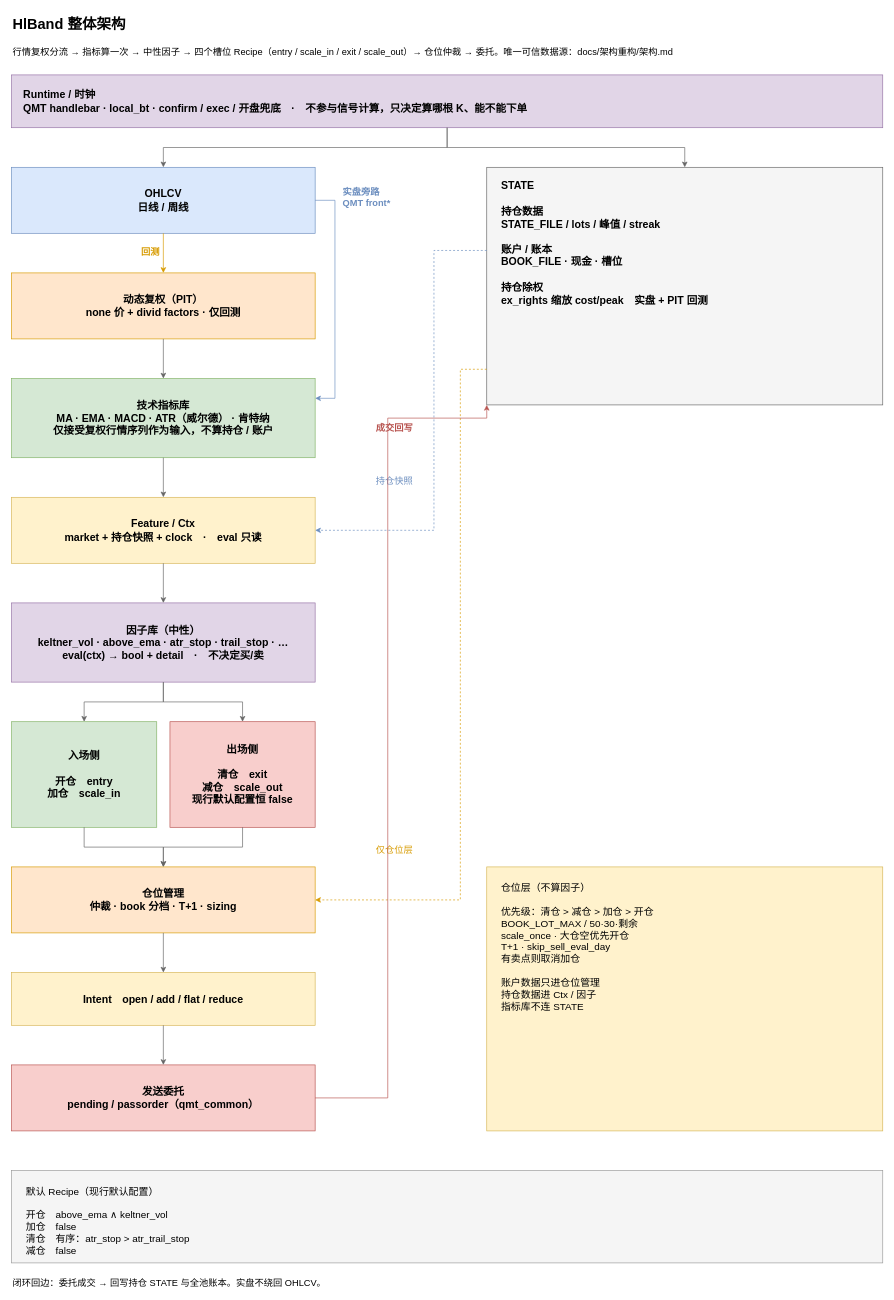
Earlier version of the draw.io diagram factor_band/docs/架构说明/策略架构.drawio (vigo-wu/strategy-tracking). Source tidied: cells renumbered, new cells numbered last; positions are measured from the earlier drawing's top-left corner, leaving out a move shared by most shapes. Both pictures are drawn from the tidied source at 66%, with x=0, y=0 at pixel (11, 11).
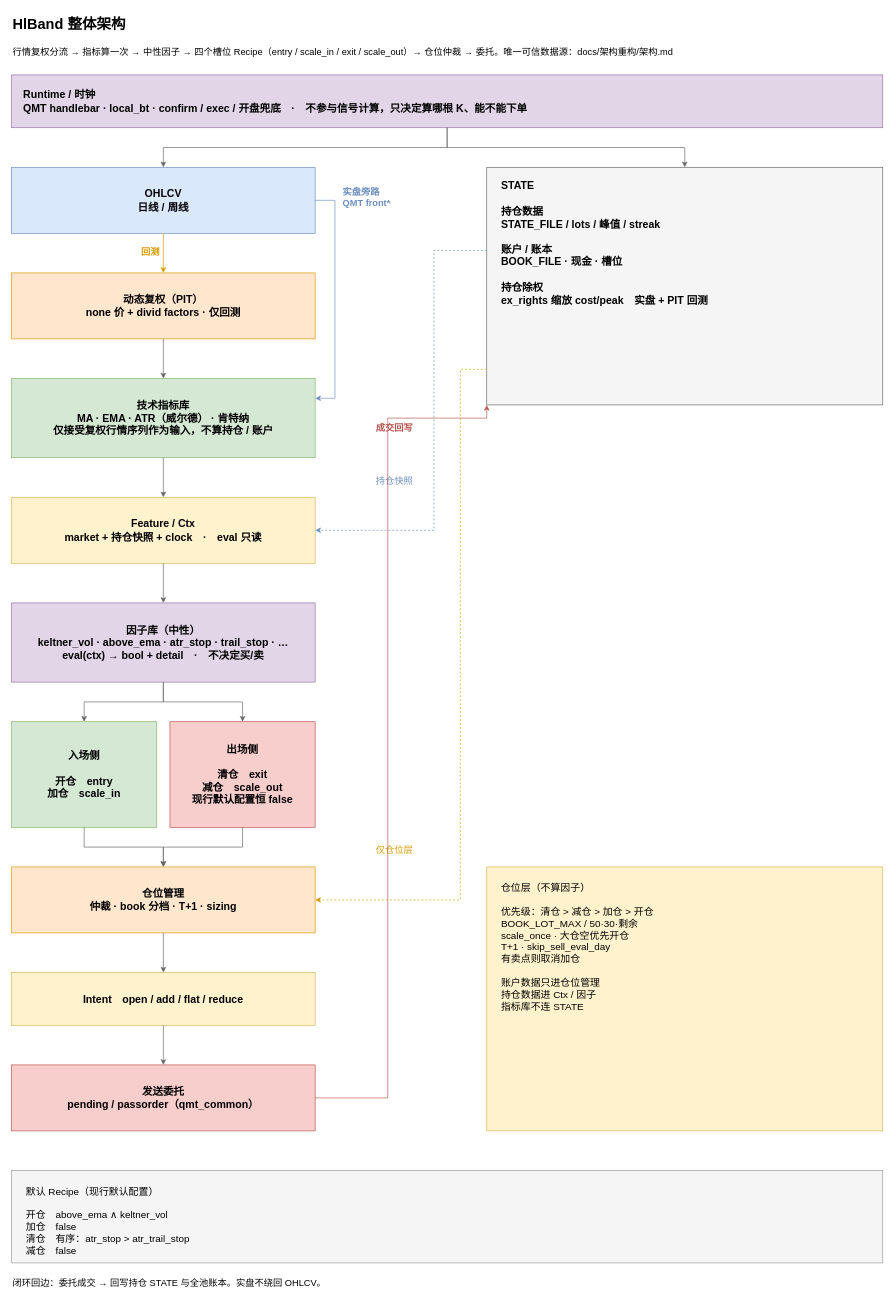
After the change.

Diff of the diagram source:
```diff
@@
-    <mxCell id="8" value="技术指标库&lt;br&gt;MA · EMA · MACD · ATR（威尔德） · 肯特纳&lt;br&gt;仅接受复权行情序列作为输入，不算持仓 / 账户" style="rounded=0;whiteSpace=wrap;html=1;fillColor=#d5e8d4;strokeColor=#82b366;fontStyle=1;fontSize=16;fontFamily=Microsoft YaHei;" parent="1" vertex="1">
+    <mxCell id="8" value="技术指标库&lt;br&gt;MA · EMA · ATR（威尔德） · 肯特纳&lt;br&gt;仅接受复权行情序列作为输入，不算持仓 / 账户" style="rounded=0;whiteSpace=wrap;html=1;fillColor=#d5e8d4;strokeColor=#82b366;fontStyle=1;fontSize=16;fontFamily=Microsoft YaHei;" parent="1" vertex="1">
       <mxGeometry y="556" width="460" height="120" as="geometry" />
     </mxCell>
```
